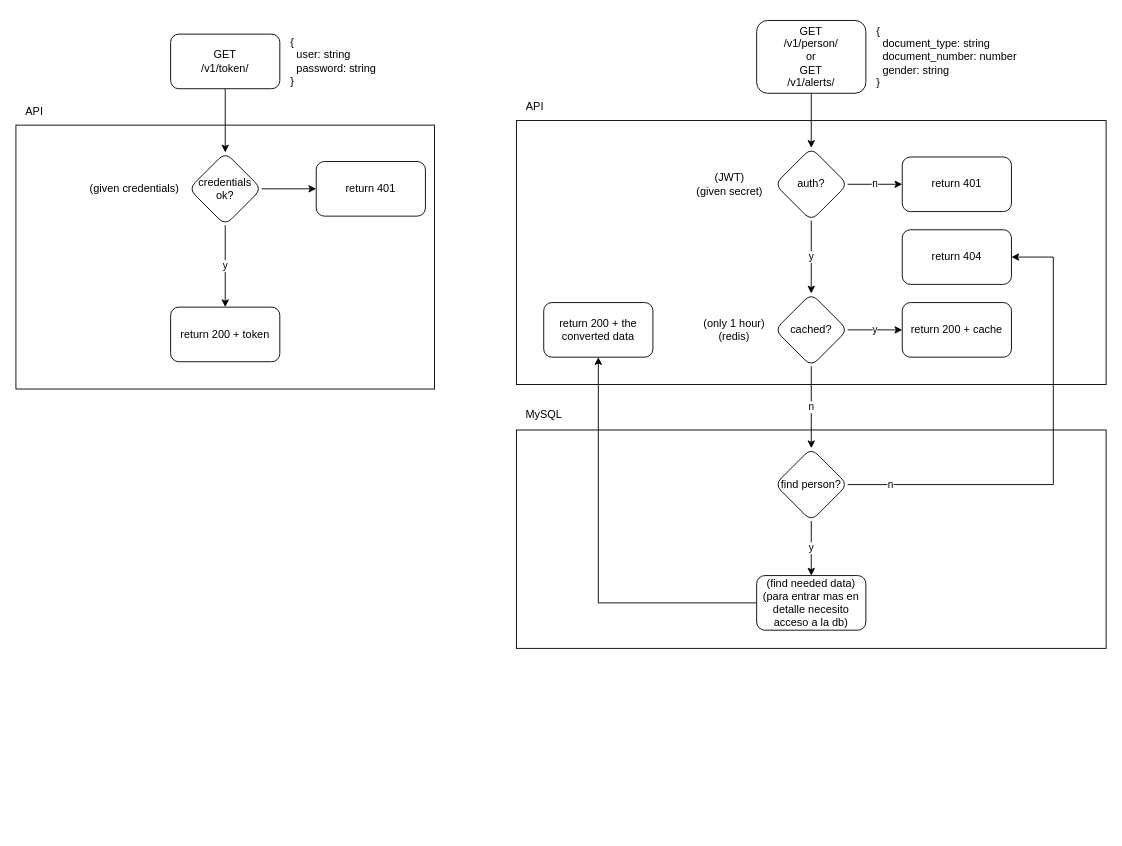
Before: diagrams/api.drawio in juanikitro/API_HistoriaClinica_ts-deprecated-, a draw.io diagram. Source tidied: cells renumbered, new cells numbered last; positions are measured from the earlier drawing's top-left corner, leaving out a move shared by most shapes. Both pictures are drawn from the tidied source at 91%, with x=0, y=0 at pixel (15, 15).
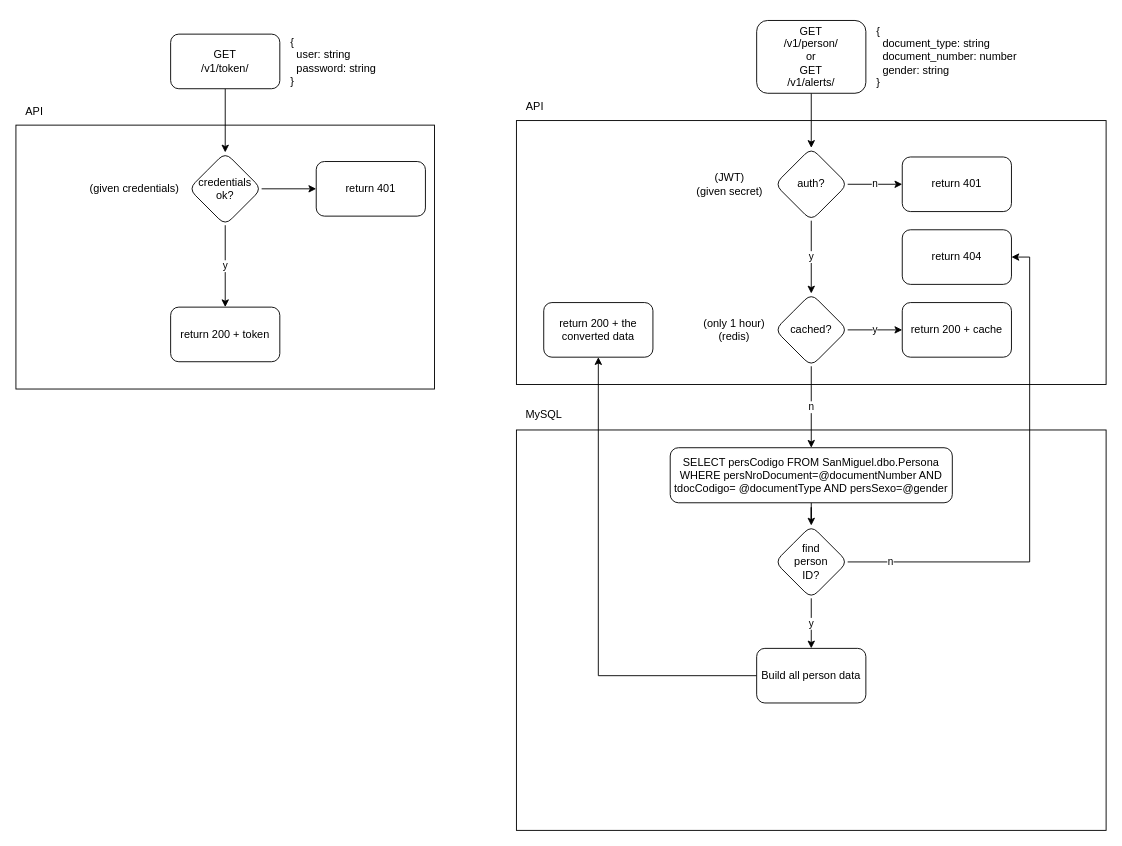
After the change.

Commit message (it also covers changes not shown here):
turns data (completed for now but with deubt)

Unchanged cells that the change refers to:
```xml
<mxCell id="16" value="cached?" style="rhombus;whiteSpace=wrap;html=1;rounded=1;" parent="1" vertex="1">
  <mxGeometry x="834" y="305" width="80" height="80" as="geometry" />
</mxCell>
<mxCell id="36" value="return 404" style="whiteSpace=wrap;html=1;rounded=1;" parent="1" vertex="1">
  <mxGeometry x="974" y="235" width="120" height="60" as="geometry" />
</mxCell>
```

Change to the diagram source:
```diff
@@
     <mxCell id="2" style="rounded=0;whiteSpace=wrap;html=1;" parent="1" vertex="1">
-      <mxGeometry x="550" y="455" width="648" height="240" as="geometry" />
+      <mxGeometry x="550" y="455" width="648" height="440" as="geometry" />
     </mxCell>
@@
-    <mxCell id="15" value="n" style="edgeStyle=orthogonalEdgeStyle;rounded=0;jettySize=auto;html=1;entryX=0.5;entryY=0;entryDx=0;entryDy=0;" parent="1" edge="1" source="16" target="35">
+    <mxCell id="15" value="n" style="edgeStyle=orthogonalEdgeStyle;rounded=0;jettySize=auto;html=1;entryX=0.5;entryY=0;entryDx=0;entryDy=0;" parent="1" edge="1" source="16" target="38">
       <mxGeometry relative="1" as="geometry" />
     </mxCell>
@@
-    <mxCell id="32" value="(find needed data)&lt;br&gt;(para entrar mas en detalle necesito acceso a la db)" style="whiteSpace=wrap;html=1;rounded=1;" parent="1" vertex="1">
-      <mxGeometry x="814" y="615" width="120" height="60" as="geometry" />
+    <mxCell id="32" value="Build all person data" style="whiteSpace=wrap;html=1;rounded=1;" parent="1" vertex="1">
+      <mxGeometry x="814" y="695" width="120" height="60" as="geometry" />
     </mxCell>
@@
-    <mxCell id="34" value="n" style="edgeStyle=orthogonalEdgeStyle;rounded=0;jettySize=auto;html=1;" parent="1" edge="1" source="35" target="36">
-      <mxGeometry x="-0.82" relative="1" as="geometry">
-        <Array as="points">
-          <mxPoint x="1140" y="515" />
-          <mxPoint x="1140" y="265" />
-        </Array>
-      </mxGeometry>
+    <mxCell id="34" value="n" style="edgeStyle=orthogonalEdgeStyle;rounded=0;jettySize=auto;html=1;entryX=1;entryY=0.5;entryDx=0;entryDy=0;" parent="1" edge="1" source="35" target="36">
+      <mxGeometry x="-0.83" relative="1" as="geometry" />
     </mxCell>
-    <mxCell id="35" value="find person?" style="rhombus;whiteSpace=wrap;html=1;rounded=1;" parent="1" vertex="1">
-      <mxGeometry x="834" y="475" width="80" height="80" as="geometry" />
+    <mxCell id="35" value="find &lt;br&gt;person &lt;br&gt;ID?" style="rhombus;whiteSpace=wrap;html=1;rounded=1;" parent="1" vertex="1">
+      <mxGeometry x="834" y="560" width="80" height="80" as="geometry" />
     </mxCell>
@@
+    <mxCell id="37" style="edgeStyle=orthogonalEdgeStyle;rounded=0;jettySize=auto;html=1;" parent="1" edge="1" source="38" target="35">
+      <mxGeometry relative="1" as="geometry" />
+    </mxCell>
+    <mxCell id="38" value="SELECT persCodigo FROM SanMiguel.dbo.Persona WHERE persNroDocument=@documentNumber AND tdocCodigo= @documentType AND persSexo=@gender" style="rounded=1;whiteSpace=wrap;html=1;" parent="1" vertex="1">
+      <mxGeometry x="719" y="474.5" width="310" height="60.5" as="geometry" />
+    </mxCell>
```
